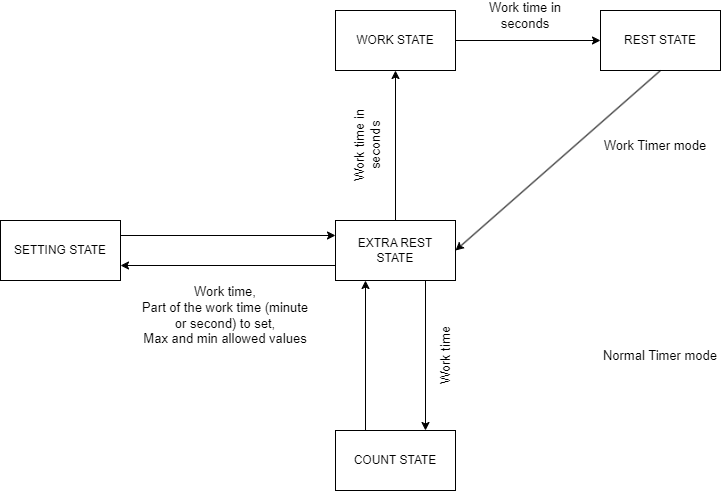
Before: doc/state_machine.png, a diagram exported from draw.io (Tushar625/Study-Timer). Source tidied: cells renumbered, new cells last; positions are measured from the earlier drawing's top-left corner, leaving out a move shared by most shapes.
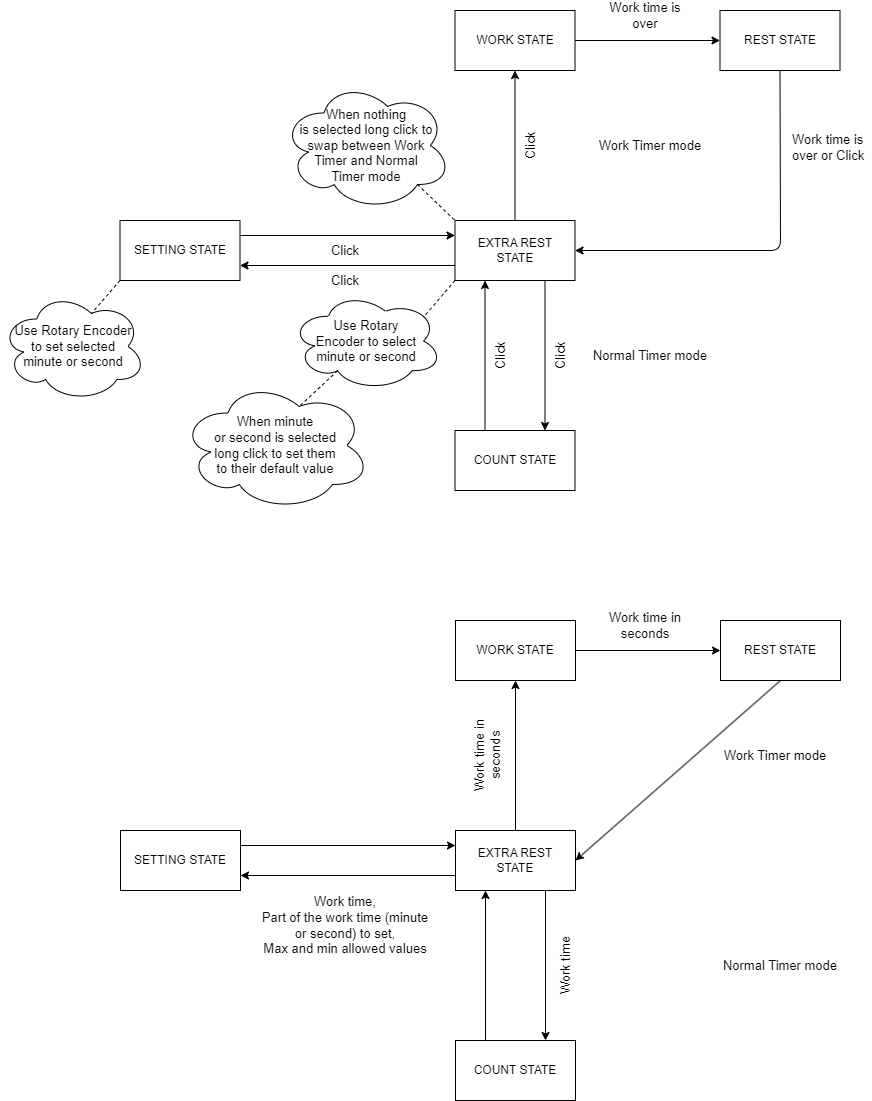
After the commit.

Commit message:
updated state machine diagram to include the usage

The edit, as a diff of the source:
```diff
@@ -56,5 +56,96 @@
     <mxCell id="19" value="Normal Timer mode" style="text;strokeColor=none;align=center;fillColor=none;html=1;verticalAlign=middle;whiteSpace=wrap;rounded=0;fontSize=13;fontColor=#000000;" parent="1" vertex="1">
       <mxGeometry x="595" y="340" width="130" height="30" as="geometry" />
     </mxCell>
+    <mxCell id="20" style="edgeStyle=none;html=1;exitX=1;exitY=0.5;exitDx=0;exitDy=0;entryX=0;entryY=0.5;entryDx=0;entryDy=0;strokeColor=#000000;fontColor=#000000;labelBackgroundColor=none;" parent="1" edge="1" source="21" target="23">
+      <mxGeometry relative="1" as="geometry" />
+    </mxCell>
+    <mxCell id="21" value="&lt;font color=&quot;#000000&quot;&gt;WORK STATE&lt;/font&gt;" style="whiteSpace=wrap;html=1;fillColor=none;strokeColor=#000000;" parent="1" vertex="1">
+      <mxGeometry x="334.5" y="-600" width="120" height="60" as="geometry" />
+    </mxCell>
+    <mxCell id="22" style="edgeStyle=none;html=1;exitX=0.5;exitY=1;exitDx=0;exitDy=0;entryX=1;entryY=0.5;entryDx=0;entryDy=0;strokeColor=#000000;fontColor=#000000;" parent="1" edge="1" source="23" target="28">
+      <mxGeometry relative="1" as="geometry">
+        <Array as="points">
+          <mxPoint x="660" y="-360" />
+        </Array>
+      </mxGeometry>
+    </mxCell>
+    <mxCell id="23" value="&lt;font color=&quot;#000000&quot;&gt;REST STATE&lt;/font&gt;" style="whiteSpace=wrap;html=1;fillColor=none;strokeColor=#000000;" parent="1" vertex="1">
+      <mxGeometry x="599.5" y="-600" width="120" height="60" as="geometry" />
+    </mxCell>
+    <mxCell id="24" style="edgeStyle=none;html=1;exitX=0.5;exitY=0;exitDx=0;exitDy=0;entryX=0.5;entryY=1;entryDx=0;entryDy=0;fontColor=#000000;strokeColor=#000000;labelBackgroundColor=none;" parent="1" edge="1" source="28" target="21">
+      <mxGeometry relative="1" as="geometry" />
+    </mxCell>
+    <mxCell id="25" style="edgeStyle=none;html=1;exitX=0;exitY=0.25;exitDx=0;exitDy=0;entryX=1;entryY=0.25;entryDx=0;entryDy=0;strokeColor=#000000;fontColor=#000000;endArrow=none;endFill=0;startArrow=classic;startFill=1;" parent="1" edge="1" source="28" target="31">
+      <mxGeometry relative="1" as="geometry" />
+    </mxCell>
+    <mxCell id="26" style="edgeStyle=none;html=1;exitX=0.25;exitY=1;exitDx=0;exitDy=0;entryX=0.25;entryY=0;entryDx=0;entryDy=0;labelBackgroundColor=none;strokeColor=#000000;fontSize=13;fontColor=#000000;startArrow=classic;startFill=1;endArrow=none;endFill=0;" parent="1" edge="1" source="28" target="34">
+      <mxGeometry relative="1" as="geometry" />
+    </mxCell>
+    <mxCell id="27" style="edgeStyle=none;html=1;exitX=0;exitY=1;exitDx=0;exitDy=0;entryX=0.88;entryY=0.25;entryDx=0;entryDy=0;entryPerimeter=0;strokeColor=#000000;fontSize=13;fontColor=#000000;startArrow=none;startFill=0;endArrow=none;endFill=0;dashed=1;" parent="1" edge="1" source="28" target="44">
+      <mxGeometry relative="1" as="geometry" />
+    </mxCell>
+    <mxCell id="28" value="&lt;font color=&quot;#000000&quot;&gt;EXTRA REST&lt;br&gt;STATE&lt;/font&gt;" style="whiteSpace=wrap;html=1;fillColor=none;strokeColor=#000000;" parent="1" vertex="1">
+      <mxGeometry x="334.5" y="-390" width="120" height="60" as="geometry" />
+    </mxCell>
+    <mxCell id="29" style="edgeStyle=none;html=1;exitX=1;exitY=0.75;exitDx=0;exitDy=0;entryX=0;entryY=0.75;entryDx=0;entryDy=0;strokeColor=#000000;fontColor=#000000;startArrow=classic;startFill=1;endArrow=none;endFill=0;" parent="1" edge="1" source="31" target="28">
+      <mxGeometry relative="1" as="geometry" />
+    </mxCell>
+    <mxCell id="30" style="edgeStyle=none;html=1;exitX=0;exitY=1;exitDx=0;exitDy=0;entryX=0.625;entryY=0.2;entryDx=0;entryDy=0;entryPerimeter=0;dashed=1;strokeColor=#000000;fontSize=13;fontColor=#000000;startArrow=none;startFill=0;endArrow=none;endFill=0;" parent="1" edge="1" source="31" target="45">
+      <mxGeometry relative="1" as="geometry" />
+    </mxCell>
+    <mxCell id="31" value="&lt;font color=&quot;#000000&quot;&gt;SETTING STATE&lt;/font&gt;" style="whiteSpace=wrap;html=1;fillColor=none;strokeColor=#000000;" parent="1" vertex="1">
+      <mxGeometry x="-0.5" y="-390" width="120" height="60" as="geometry" />
+    </mxCell>
+    <mxCell id="32" value="&lt;font style=&quot;font-size: 13px;&quot;&gt;Work time is over&lt;/font&gt;" style="text;strokeColor=none;align=center;fillColor=none;html=1;verticalAlign=middle;whiteSpace=wrap;rounded=0;fontColor=#000000;" parent="1" vertex="1">
+      <mxGeometry x="479.5" y="-610" width="90" height="30" as="geometry" />
+    </mxCell>
+    <mxCell id="33" style="edgeStyle=none;html=1;exitX=0.75;exitY=0;exitDx=0;exitDy=0;entryX=0.75;entryY=1;entryDx=0;entryDy=0;labelBackgroundColor=none;strokeColor=#000000;fontSize=13;fontColor=#000000;startArrow=classic;startFill=1;endArrow=none;endFill=0;" parent="1" edge="1" source="34" target="28">
+      <mxGeometry relative="1" as="geometry" />
+    </mxCell>
+    <mxCell id="34" value="&lt;font color=&quot;#000000&quot;&gt;COUNT STATE&lt;/font&gt;" style="whiteSpace=wrap;html=1;fillColor=none;strokeColor=#000000;" parent="1" vertex="1">
+      <mxGeometry x="334.5" y="-180" width="120" height="60" as="geometry" />
+    </mxCell>
+    <mxCell id="35" value="&lt;span style=&quot;font-size: 13px;&quot;&gt;Click&lt;/span&gt;" style="text;strokeColor=none;align=center;fillColor=none;html=1;verticalAlign=middle;whiteSpace=wrap;rounded=0;fontColor=#000000;rotation=270;" parent="1" vertex="1">
+      <mxGeometry x="395" y="-270" width="90" height="30" as="geometry" />
+    </mxCell>
+    <mxCell id="36" value="Work Timer mode" style="text;strokeColor=none;align=center;fillColor=none;html=1;verticalAlign=middle;whiteSpace=wrap;rounded=0;fontSize=13;fontColor=#000000;" parent="1" vertex="1">
+      <mxGeometry x="464.5" y="-480" width="130" height="30" as="geometry" />
+    </mxCell>
+    <mxCell id="37" value="Normal Timer mode" style="text;strokeColor=none;align=center;fillColor=none;html=1;verticalAlign=middle;whiteSpace=wrap;rounded=0;fontSize=13;fontColor=#000000;" parent="1" vertex="1">
+      <mxGeometry x="464.5" y="-270" width="130" height="30" as="geometry" />
+    </mxCell>
+    <mxCell id="38" value="&lt;span style=&quot;font-size: 13px;&quot;&gt;Click&lt;/span&gt;" style="text;strokeColor=none;align=center;fillColor=none;html=1;verticalAlign=middle;whiteSpace=wrap;rounded=0;fontColor=#000000;rotation=270;" parent="1" vertex="1">
+      <mxGeometry x="335" y="-270" width="90" height="30" as="geometry" />
+    </mxCell>
+    <mxCell id="39" value="&lt;span style=&quot;font-size: 13px;&quot;&gt;Click&lt;/span&gt;" style="text;strokeColor=none;align=center;fillColor=none;html=1;verticalAlign=middle;whiteSpace=wrap;rounded=0;fontColor=#000000;rotation=270;" parent="1" vertex="1">
+      <mxGeometry x="365" y="-480" width="90" height="30" as="geometry" />
+    </mxCell>
+    <mxCell id="40" value="&lt;span style=&quot;color: rgb(0, 0, 0); font-family: Helvetica; font-size: 13px; font-style: normal; font-variant-ligatures: normal; font-variant-caps: normal; font-weight: 400; letter-spacing: normal; orphans: 2; text-align: center; text-indent: 0px; text-transform: none; widows: 2; word-spacing: 0px; -webkit-text-stroke-width: 0px; text-decoration-thickness: initial; text-decoration-style: initial; text-decoration-color: initial; float: none; display: inline !important;&quot;&gt;Work time is over or Click&lt;/span&gt;" style="text;whiteSpace=wrap;html=1;labelBackgroundColor=none;" parent="1" vertex="1">
+      <mxGeometry x="670" y="-485" width="80" height="40" as="geometry" />
+    </mxCell>
+    <mxCell id="41" value="&lt;span style=&quot;font-size: 13px;&quot;&gt;Click&lt;/span&gt;" style="text;strokeColor=none;align=center;fillColor=none;html=1;verticalAlign=middle;whiteSpace=wrap;rounded=0;fontColor=#000000;rotation=0;" parent="1" vertex="1">
+      <mxGeometry x="180" y="-345" width="90" height="30" as="geometry" />
+    </mxCell>
+    <mxCell id="42" value="&lt;span style=&quot;font-size: 13px;&quot;&gt;Click&lt;/span&gt;" style="text;strokeColor=none;align=center;fillColor=none;html=1;verticalAlign=middle;whiteSpace=wrap;rounded=0;fontColor=#000000;rotation=0;" parent="1" vertex="1">
+      <mxGeometry x="180" y="-375" width="90" height="30" as="geometry" />
+    </mxCell>
+    <mxCell id="43" style="edgeStyle=none;html=1;exitX=0.31;exitY=0.8;exitDx=0;exitDy=0;exitPerimeter=0;entryX=0.625;entryY=0.2;entryDx=0;entryDy=0;entryPerimeter=0;dashed=1;strokeColor=#000000;fontSize=13;fontColor=#000000;startArrow=none;startFill=0;endArrow=none;endFill=0;" parent="1" edge="1" source="44" target="46">
+      <mxGeometry relative="1" as="geometry" />
+    </mxCell>
+    <mxCell id="44" value="&lt;span style=&quot;color: rgb(0, 0, 0); font-family: Helvetica; font-size: 13px; font-style: normal; font-variant-ligatures: normal; font-variant-caps: normal; font-weight: 400; letter-spacing: normal; orphans: 2; text-align: center; text-indent: 0px; text-transform: none; widows: 2; word-spacing: 0px; -webkit-text-stroke-width: 0px; text-decoration-thickness: initial; text-decoration-style: initial; text-decoration-color: initial; float: none; display: inline !important;&quot;&gt;Use Rotary&lt;br&gt;Encoder to select&lt;br&gt;minute or second&lt;/span&gt;" style="ellipse;shape=cloud;whiteSpace=wrap;html=1;labelBackgroundColor=none;fontSize=13;fontColor=#000000;fillColor=none;strokeColor=#000000;" parent="1" vertex="1">
+      <mxGeometry x="170" y="-319" width="152" height="99" as="geometry" />
+    </mxCell>
+    <mxCell id="45" value="&lt;span style=&quot;color: rgb(0, 0, 0); font-family: Helvetica; font-size: 13px; font-style: normal; font-variant-ligatures: normal; font-variant-caps: normal; font-weight: 400; letter-spacing: normal; orphans: 2; text-align: center; text-indent: 0px; text-transform: none; widows: 2; word-spacing: 0px; -webkit-text-stroke-width: 0px; text-decoration-thickness: initial; text-decoration-style: initial; text-decoration-color: initial; float: none; display: inline !important;&quot;&gt;Use Rotary Encoder&lt;br&gt;to set selected&lt;br&gt;minute or second&lt;/span&gt;" style="ellipse;shape=cloud;whiteSpace=wrap;html=1;labelBackgroundColor=none;strokeColor=#000000;fontSize=13;fontColor=#000000;fillColor=none;" parent="1" vertex="1">
+      <mxGeometry x="-120" y="-319" width="145.5" height="110" as="geometry" />
+    </mxCell>
+    <mxCell id="46" value="When minute&lt;br&gt;or second is selected&lt;br&gt;long click to set them&lt;br&gt;to their default value" style="ellipse;shape=cloud;whiteSpace=wrap;html=1;labelBackgroundColor=none;strokeColor=#000000;fontSize=13;fontColor=#000000;fillColor=none;" parent="1" vertex="1">
+      <mxGeometry x="60" y="-230" width="190" height="130" as="geometry" />
+    </mxCell>
+    <mxCell id="47" style="edgeStyle=none;html=1;exitX=0.8;exitY=0.8;exitDx=0;exitDy=0;exitPerimeter=0;entryX=0;entryY=0;entryDx=0;entryDy=0;dashed=1;strokeColor=#000000;fontSize=13;fontColor=#000000;startArrow=none;startFill=0;endArrow=none;endFill=0;" parent="1" edge="1" source="48" target="28">
+      <mxGeometry relative="1" as="geometry" />
+    </mxCell>
+    <mxCell id="48" value="When nothing&lt;br&gt;is selected long click to&lt;br&gt;swap between Work&lt;br&gt;Timer and Normal&lt;br&gt;Timer mode" style="ellipse;shape=cloud;whiteSpace=wrap;html=1;labelBackgroundColor=none;strokeColor=#000000;fontSize=13;fontColor=#000000;fillColor=none;" parent="1" vertex="1">
+      <mxGeometry x="161" y="-530" width="170" height="130" as="geometry" />
+    </mxCell>
   </root>
 </mxGraphModel>
```
